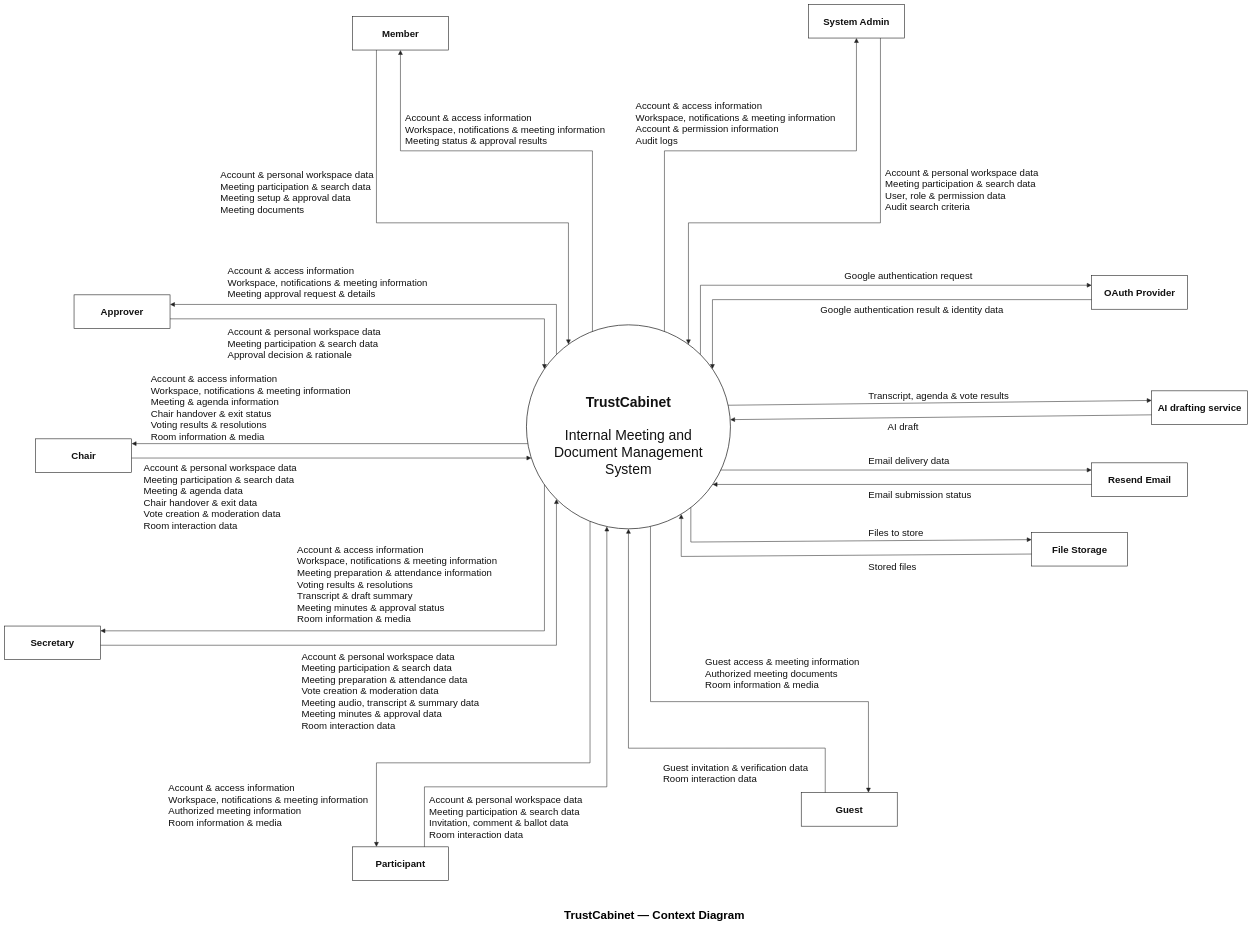
Above: docs/11-contextdiagram/trustcabinet-context.drawio in callmehai/FU-FA26-G116 (draw.io), before the change. Source tidied: cells renumbered, new cells numbered last; positions are measured from the earlier drawing's top-left corner, leaving out a move shared by most shapes. Both pictures are drawn from the tidied source at 24%, with x=0, y=0 at pixel (4, 4).
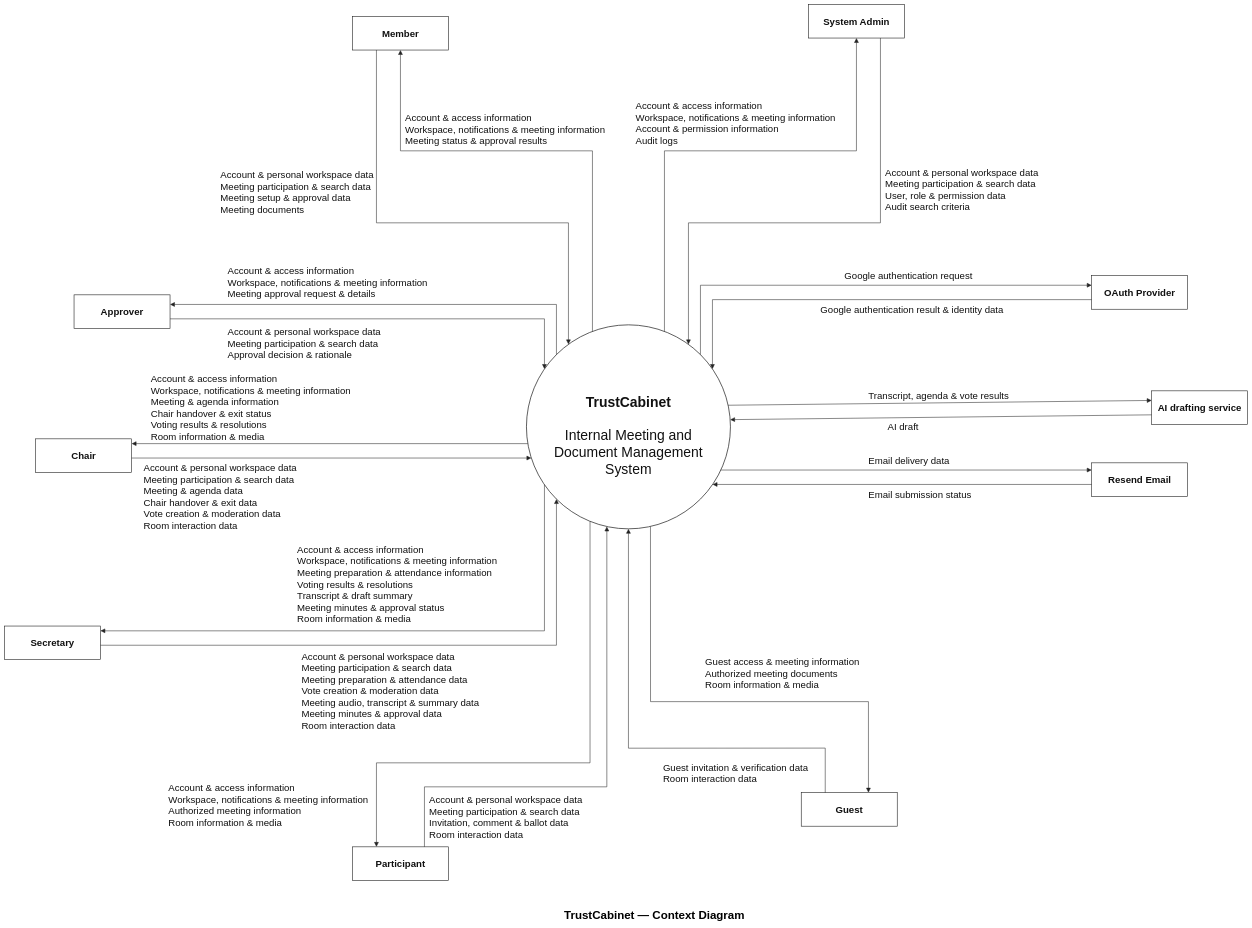
After the change.

Unchanged cells that the change refers to:
```xml
<mxCell id="3" value="&lt;b&gt;&lt;br&gt;TrustCabinet&lt;/b&gt;&lt;br&gt;&lt;br&gt;&lt;div&gt;Internal Meeting and&lt;/div&gt;&lt;div&gt;Document Management&lt;/div&gt;&lt;div&gt;System&lt;/div&gt;" style="ellipse;whiteSpace=wrap;html=1;fillColor=#ffffff;strokeColor=#222222;strokeWidth=3;fontColor=#111111;fontFamily=Arial;fontSize=58;align=center;" parent="1" vertex="1">
  <mxGeometry x="2175" y="1335" width="850" height="850" as="geometry" />
</mxCell>
```

Change to the diagram source:
```diff
@@
-    <mxCell id="14" value="File Storage" style="rounded=0;whiteSpace=wrap;html=1;fillColor=#ffffff;strokeColor=#222222;strokeWidth=2.5;fontColor=#111111;fontFamily=Arial;fontSize=40;fontStyle=1;align=center;verticalAlign=middle;spacing=12;" parent="1" vertex="1">
-      <mxGeometry x="4280" y="2200" width="400" height="140" as="geometry" />
-    </mxCell>
@@
-    <mxCell id="55" style="edgeStyle=none;rounded=0;jettySize=auto;html=1;endArrow=block;endFill=1;endSize=14;startArrow=none;strokeWidth=2.2;strokeColor=#222222;fontColor=#111111;fontFamily=Arial;fontSize=40;align=left;verticalAlign=middle;labelBackgroundColor=none;exitX=0.0000000000;exitY=0.6428571429;exitDx=0;exitDy=0;exitPerimeter=0;entryX=0.7588235294;entryY=0.9277647059;entryDx=0;entryDy=0;entryPerimeter=0;" parent="1" edge="1" source="14" target="3">
-      <mxGeometry relative="1" as="geometry">
-        <Array as="points">
-          <mxPoint x="2820" y="2300" />
-        </Array>
-      </mxGeometry>
-    </mxCell>
-    <mxCell id="56" value="Stored files" style="text;html=1;align=left;verticalAlign=middle;whiteSpace=nowrap;overflow=visible;strokeColor=none;fillColor=none;spacing=0;fontFamily=Arial;fontSize=40;fontColor=#111111;" parent="1" vertex="1">
-      <mxGeometry x="3600" y="2314" width="223" height="55" as="geometry" />
-    </mxCell>
-    <mxCell id="57" style="edgeStyle=none;rounded=0;jettySize=auto;html=1;endArrow=block;endFill=1;endSize=14;startArrow=none;strokeWidth=2.2;strokeColor=#222222;fontColor=#111111;fontFamily=Arial;fontSize=40;align=left;verticalAlign=middle;labelBackgroundColor=none;exitX=0.8058823529;exitY=0.8955294118;exitDx=0;exitDy=0;exitPerimeter=0;entryX=0.0000000000;entryY=0.2142857143;entryDx=0;entryDy=0;entryPerimeter=0;" parent="1" edge="1" source="3" target="14">
-      <mxGeometry relative="1" as="geometry">
-        <Array as="points">
-          <mxPoint x="2860" y="2240" />
-        </Array>
-      </mxGeometry>
-    </mxCell>
-    <mxCell id="58" value="Files to store" style="text;html=1;align=left;verticalAlign=middle;whiteSpace=nowrap;overflow=visible;strokeColor=none;fillColor=none;spacing=0;fontFamily=Arial;fontSize=40;fontColor=#111111;" parent="1" vertex="1">
-      <mxGeometry x="3600" y="2171" width="251" height="55" as="geometry" />
-    </mxCell>
```
